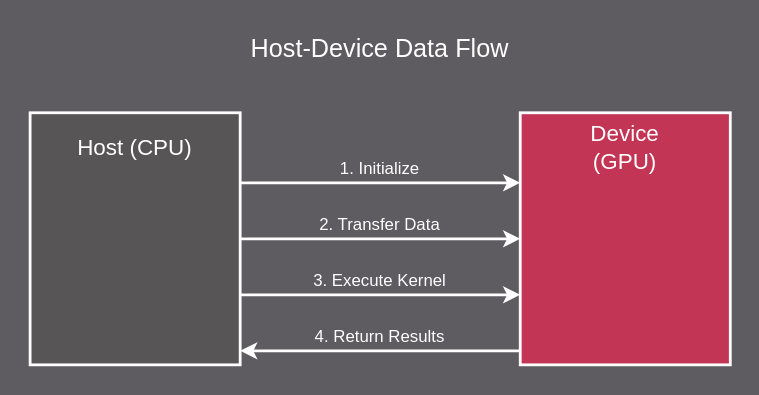
The draw.io diagram projects/hip/docs/data/understand/programming_model/host-device-flow.svg in NautRobot/Eze-P, before a commit. Source tidied: cells renumbered, new cells last; positions are measured from the earlier drawing's top-left corner, leaving out a move shared by most shapes. The source it was exported from:
```xml
<mxGraphModel background="#5E5B61">
  <root>
    <mxCell id="0" />
    <mxCell id="1" parent="0" />
    <mxCell id="2" value="Host-Device Data Flow" style="text;html=1;strokeColor=none;fillColor=none;align=center;verticalAlign=middle;whiteSpace=wrap;rounded=0;fontSize=18;fontFamily=Arial;fontColor=#FFFFFF;" parent="1" vertex="1">
      <mxGeometry x="150" width="200" height="30" as="geometry" />
    </mxCell>
    <mxCell id="3" style="rounded=0;whiteSpace=wrap;html=1;fillColor=#585556;strokeColor=#FFFFFF;strokeWidth=2;" parent="1" vertex="1">
      <mxGeometry y="60" width="150" height="180" as="geometry" />
    </mxCell>
    <mxCell id="4" value="Host (CPU)" style="text;html=1;strokeColor=none;fillColor=none;align=center;verticalAlign=middle;whiteSpace=wrap;rounded=0;fontSize=16;fontFamily=Arial;fontColor=#FFFFFF;" parent="1" vertex="1">
      <mxGeometry x="25" y="70" width="100" height="30" as="geometry" />
    </mxCell>
    <mxCell id="5" style="rounded=0;whiteSpace=wrap;html=1;fillColor=#C23555;strokeColor=#FFFFFF;strokeWidth=2;" parent="1" vertex="1">
      <mxGeometry x="350" y="60" width="150" height="180" as="geometry" />
    </mxCell>
    <mxCell id="6" value="Device (GPU)" style="text;html=1;strokeColor=none;fillColor=none;align=center;verticalAlign=middle;whiteSpace=wrap;rounded=0;fontSize=16;fontFamily=Arial;fontColor=#FFFFFF;" parent="1" vertex="1">
      <mxGeometry x="375" y="70" width="100" height="30" as="geometry" />
    </mxCell>
    <mxCell id="7" style="endArrow=classic;html=1;strokeColor=#FFFFFF;strokeWidth=2;" parent="1" edge="1">
      <mxGeometry relative="1" as="geometry">
        <mxPoint x="150" y="110" as="sourcePoint" />
        <mxPoint x="350" y="110" as="targetPoint" />
      </mxGeometry>
    </mxCell>
    <mxCell id="8" value="1. Initialize" style="text;html=1;strokeColor=none;fillColor=none;align=center;verticalAlign=middle;whiteSpace=wrap;rounded=0;fontSize=12;fontFamily=Arial;fontColor=#FFFFFF;" parent="1" vertex="1">
      <mxGeometry x="200" y="90" width="100" height="20" as="geometry" />
    </mxCell>
    <mxCell id="9" style="endArrow=classic;html=1;strokeColor=#FFFFFF;strokeWidth=2;" parent="1" edge="1">
      <mxGeometry relative="1" as="geometry">
        <mxPoint x="150" y="150" as="sourcePoint" />
        <mxPoint x="350" y="150" as="targetPoint" />
      </mxGeometry>
    </mxCell>
    <mxCell id="10" value="2. Transfer Data" style="text;html=1;strokeColor=none;fillColor=none;align=center;verticalAlign=middle;whiteSpace=wrap;rounded=0;fontSize=12;fontFamily=Arial;fontColor=#FFFFFF;" parent="1" vertex="1">
      <mxGeometry x="200" y="130" width="100" height="20" as="geometry" />
    </mxCell>
    <mxCell id="11" style="endArrow=classic;html=1;strokeColor=#FFFFFF;strokeWidth=2;" parent="1" edge="1">
      <mxGeometry relative="1" as="geometry">
        <mxPoint x="150" y="190" as="sourcePoint" />
        <mxPoint x="350" y="190" as="targetPoint" />
      </mxGeometry>
    </mxCell>
    <mxCell id="12" value="3. Execute Kernel" style="text;html=1;strokeColor=none;fillColor=none;align=center;verticalAlign=middle;whiteSpace=wrap;rounded=0;fontSize=12;fontFamily=Arial;fontColor=#FFFFFF;" parent="1" vertex="1">
      <mxGeometry x="200" y="170" width="100" height="20" as="geometry" />
    </mxCell>
    <mxCell id="13" style="endArrow=classic;html=1;strokeColor=#FFFFFF;strokeWidth=2;" parent="1" edge="1">
      <mxGeometry relative="1" as="geometry">
        <mxPoint x="350" y="230" as="sourcePoint" />
        <mxPoint x="150" y="230" as="targetPoint" />
      </mxGeometry>
    </mxCell>
    <mxCell id="14" value="4. Return Results" style="text;html=1;strokeColor=none;fillColor=none;align=center;verticalAlign=middle;whiteSpace=wrap;rounded=0;fontSize=12;fontFamily=Arial;fontColor=#FFFFFF;" parent="1" vertex="1">
      <mxGeometry x="200" y="210" width="100" height="20" as="geometry" />
    </mxCell>
  </root>
</mxGraphModel>
```
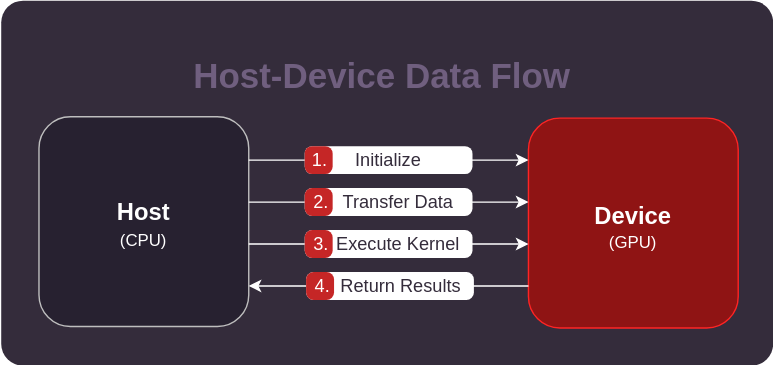
After the commit.

Change to the diagram source:
```diff
@@ -1,57 +1,114 @@
-<mxGraphModel background="#5E5B61">
+<mxGraphModel>
   <root>
     <mxCell id="0" />
     <mxCell id="1" parent="0" />
+    <mxCell id="15" style="rounded=1;whiteSpace=wrap;html=1;fillColor=#342C3B;fontColor=#FFFFFF;strokeColor=none;spacing=0;arcSize=6;glass=0;shadow=0;" parent="1" vertex="1">
+      <mxGeometry x="22" y="-38" width="552" height="261" as="geometry" />
+    </mxCell>
-    <mxCell id="2" value="Host-Device Data Flow" style="text;html=1;strokeColor=none;fillColor=none;align=center;verticalAlign=middle;whiteSpace=wrap;rounded=0;fontSize=18;fontFamily=Arial;fontColor=#FFFFFF;" parent="1" vertex="1">
-      <mxGeometry x="150" width="200" height="30" as="geometry" />
+    <mxCell id="2" value="Host-Device Data Flow" style="text;html=1;strokeColor=none;fillColor=none;align=center;verticalAlign=middle;whiteSpace=wrap;rounded=0;fontSize=25;fontColor=#705F7F;fontStyle=1;" parent="1" vertex="1">
+      <mxGeometry x="150" width="289" height="30" as="geometry" />
     </mxCell>
-    <mxCell id="3" style="rounded=0;whiteSpace=wrap;html=1;fillColor=#585556;strokeColor=#FFFFFF;strokeWidth=2;" parent="1" vertex="1">
-      <mxGeometry y="60" width="150" height="180" as="geometry" />
-    </mxCell>
-    <mxCell id="4" value="Host (CPU)" style="text;html=1;strokeColor=none;fillColor=none;align=center;verticalAlign=middle;whiteSpace=wrap;rounded=0;fontSize=16;fontFamily=Arial;fontColor=#FFFFFF;" parent="1" vertex="1">
-      <mxGeometry x="25" y="70" width="100" height="30" as="geometry" />
-    </mxCell>
-    <mxCell id="5" style="rounded=0;whiteSpace=wrap;html=1;fillColor=#C23555;strokeColor=#FFFFFF;strokeWidth=2;" parent="1" vertex="1">
-      <mxGeometry x="350" y="60" width="150" height="180" as="geometry" />
-    </mxCell>
-    <mxCell id="6" value="Device (GPU)" style="text;html=1;strokeColor=none;fillColor=none;align=center;verticalAlign=middle;whiteSpace=wrap;rounded=0;fontSize=16;fontFamily=Arial;fontColor=#FFFFFF;" parent="1" vertex="1">
-      <mxGeometry x="375" y="70" width="100" height="30" as="geometry" />
-    </mxCell>
-    <mxCell id="7" style="endArrow=classic;html=1;strokeColor=#FFFFFF;strokeWidth=2;" parent="1" edge="1">
-      <mxGeometry relative="1" as="geometry">
-        <mxPoint x="150" y="110" as="sourcePoint" />
-        <mxPoint x="350" y="110" as="targetPoint" />
-      </mxGeometry>
-    </mxCell>
-    <mxCell id="8" value="1. Initialize" style="text;html=1;strokeColor=none;fillColor=none;align=center;verticalAlign=middle;whiteSpace=wrap;rounded=0;fontSize=12;fontFamily=Arial;fontColor=#FFFFFF;" parent="1" vertex="1">
-      <mxGeometry x="200" y="90" width="100" height="20" as="geometry" />
-    </mxCell>
-    <mxCell id="9" style="endArrow=classic;html=1;strokeColor=#FFFFFF;strokeWidth=2;" parent="1" edge="1">
-      <mxGeometry relative="1" as="geometry">
-        <mxPoint x="150" y="150" as="sourcePoint" />
-        <mxPoint x="350" y="150" as="targetPoint" />
-      </mxGeometry>
-    </mxCell>
-    <mxCell id="10" value="2. Transfer Data" style="text;html=1;strokeColor=none;fillColor=none;align=center;verticalAlign=middle;whiteSpace=wrap;rounded=0;fontSize=12;fontFamily=Arial;fontColor=#FFFFFF;" parent="1" vertex="1">
-      <mxGeometry x="200" y="130" width="100" height="20" as="geometry" />
-    </mxCell>
-    <mxCell id="11" style="endArrow=classic;html=1;strokeColor=#FFFFFF;strokeWidth=2;" parent="1" edge="1">
-      <mxGeometry relative="1" as="geometry">
-        <mxPoint x="150" y="190" as="sourcePoint" />
-        <mxPoint x="350" y="190" as="targetPoint" />
-      </mxGeometry>
-    </mxCell>
-    <mxCell id="12" value="3. Execute Kernel" style="text;html=1;strokeColor=none;fillColor=none;align=center;verticalAlign=middle;whiteSpace=wrap;rounded=0;fontSize=12;fontFamily=Arial;fontColor=#FFFFFF;" parent="1" vertex="1">
-      <mxGeometry x="200" y="170" width="100" height="20" as="geometry" />
-    </mxCell>
-    <mxCell id="13" style="endArrow=classic;html=1;strokeColor=#FFFFFF;strokeWidth=2;" parent="1" edge="1">
-      <mxGeometry relative="1" as="geometry">
-        <mxPoint x="350" y="230" as="sourcePoint" />
-        <mxPoint x="150" y="230" as="targetPoint" />
-      </mxGeometry>
-    </mxCell>
-    <mxCell id="14" value="4. Return Results" style="text;html=1;strokeColor=none;fillColor=none;align=center;verticalAlign=middle;whiteSpace=wrap;rounded=0;fontSize=12;fontFamily=Arial;fontColor=#FFFFFF;" parent="1" vertex="1">
-      <mxGeometry x="200" y="210" width="100" height="20" as="geometry" />
-    </mxCell>
+    <mxCell id="16" style="whiteSpace=wrap;html=1;fontSize=16;fontFamily=Verdana;rounded=1;strokeColor=#BEBEBE;fillStyle=solid;fontColor=#F0F0F0;fillColor=#272130;" parent="1" vertex="1">
+      <mxGeometry x="49" y="45" width="150" height="150" as="geometry" />
+    </mxCell>
+    <mxCell id="17" value="&lt;font style=&quot;font-size: 17px; color: rgb(255, 255, 255);&quot;&gt;Host&lt;/font&gt;" style="text;html=1;strokeColor=none;fillColor=none;align=center;verticalAlign=middle;whiteSpace=wrap;rounded=0;fontSize=16;fontFamily=Helvetica;fontColor=#FFFFFF;fontStyle=1;" parent="1" vertex="1">
+      <mxGeometry x="74" y="99" width="100" height="30" as="geometry" />
+    </mxCell>
+    <mxCell id="18" style="whiteSpace=wrap;html=1;fontSize=16;fontFamily=Verdana;rounded=1;verticalAlign=top;strokeColor=#ff2424;fillColor=#8F1414;fontColor=#F0F0F0;" parent="1" vertex="1">
+      <mxGeometry x="399" y="46" width="150" height="150" as="geometry" />
+    </mxCell>
+    <mxCell id="19" value="&lt;b&gt;&lt;font style=&quot;font-size: 17px; color: rgb(255, 255, 255);&quot;&gt;Device&lt;/font&gt;&lt;/b&gt;" style="text;html=1;strokeColor=none;fillColor=none;align=center;verticalAlign=middle;whiteSpace=wrap;rounded=0;fontSize=16;fontFamily=Helvetica;fontColor=#FFFFFF;" parent="1" vertex="1">
+      <mxGeometry x="424" y="102" width="100" height="30" as="geometry" />
+    </mxCell>
+    <mxCell id="20" style="endArrow=classic;html=1;strokeColor=#FFFFFF;strokeWidth=1;" parent="1" edge="1">
+      <mxGeometry relative="1" as="geometry">
+        <mxPoint x="199" y="76" as="sourcePoint" />
+        <mxPoint x="399" y="76" as="targetPoint" />
+      </mxGeometry>
+    </mxCell>
+    <mxCell id="21" style="endArrow=classic;html=1;strokeColor=#FFFFFF;strokeWidth=1;" parent="1" edge="1">
+      <mxGeometry relative="1" as="geometry">
+        <mxPoint x="199" y="106" as="sourcePoint" />
+        <mxPoint x="399" y="106" as="targetPoint" />
+      </mxGeometry>
+    </mxCell>
+    <mxCell id="22" style="endArrow=classic;html=1;strokeColor=#FFFFFF;strokeWidth=1;" parent="1" edge="1">
+      <mxGeometry relative="1" as="geometry">
+        <mxPoint x="199" y="136" as="sourcePoint" />
+        <mxPoint x="399" y="136" as="targetPoint" />
+      </mxGeometry>
+    </mxCell>
+    <mxCell id="23" style="endArrow=classic;html=1;strokeColor=#FFFFFF;strokeWidth=1;fontSize=1;horizontal=1;" parent="1" edge="1">
+      <mxGeometry relative="1" as="geometry">
+        <mxPoint x="399" y="166" as="sourcePoint" />
+        <mxPoint x="199" y="166" as="targetPoint" />
+      </mxGeometry>
+    </mxCell>
+    <mxCell id="24" value="(CPU)" style="text;html=1;strokeColor=none;fillColor=none;align=center;verticalAlign=middle;whiteSpace=wrap;rounded=0;fontSize=12;fontFamily=Helvetica;fontColor=#FFFFFF;" parent="1" vertex="1">
+      <mxGeometry x="74" y="124" width="100" height="20" as="geometry" />
+    </mxCell>
+    <mxCell id="25" value="(GPU)" style="text;html=1;strokeColor=none;fillColor=none;align=center;verticalAlign=middle;whiteSpace=wrap;rounded=0;fontSize=12;fontFamily=Helvetica;fontColor=#FFFFFF;" parent="1" vertex="1">
+      <mxGeometry x="424" y="125" width="100" height="20" as="geometry" />
+    </mxCell>
+    <mxCell id="26" style="group;" parent="1" vertex="1">
+      <mxGeometry x="239" y="66" width="120" height="20" as="geometry" />
+    </mxCell>
+    <mxCell id="27" style="whiteSpace=wrap;html=1;strokeColor=none;fillColor=light-dark(#FFFFFF,#EDEDED);rounded=1;arcSize=27;" parent="26" vertex="1">
+      <mxGeometry width="120" height="20" as="geometry" />
+    </mxCell>
+    <mxCell id="28" style="whiteSpace=wrap;html=1;strokeColor=none;fillColor=light-dark(#C52626,#EDEDED);rounded=1;arcSize=27;" parent="26" vertex="1">
+      <mxGeometry width="20" height="20" as="geometry" />
+    </mxCell>
+    <mxCell id="29" value="&lt;font style=&quot;color: rgb(52, 44, 59);&quot;&gt;Initialize&lt;/font&gt;" style="text;html=1;strokeColor=none;fillColor=none;align=center;verticalAlign=middle;whiteSpace=wrap;rounded=0;fontSize=13;fontFamily=Helvetica;fontColor=#FFFFFF;" parent="1" vertex="1">
+      <mxGeometry x="249" y="66" width="100" height="20" as="geometry" />
+    </mxCell>
+    <mxCell id="30" value="&lt;font style=&quot;color: rgb(255, 255, 255);&quot;&gt;1.&lt;/font&gt;" style="text;html=1;strokeColor=none;fillColor=none;align=center;verticalAlign=middle;whiteSpace=wrap;rounded=0;fontSize=13;fontFamily=Helvetica;fontColor=#FFFFFF;" parent="1" vertex="1">
+      <mxGeometry x="240" y="66" width="20" height="20" as="geometry" />
+    </mxCell>
+    <mxCell id="31" style="group;" parent="1" vertex="1">
+      <mxGeometry x="239" y="96" width="120" height="20" as="geometry" />
+    </mxCell>
+    <mxCell id="32" style="whiteSpace=wrap;html=1;strokeColor=none;fillColor=light-dark(#FFFFFF,#EDEDED);rounded=1;arcSize=27;" parent="31" vertex="1">
+      <mxGeometry width="120" height="20" as="geometry" />
+    </mxCell>
+    <mxCell id="33" style="whiteSpace=wrap;html=1;strokeColor=none;fillColor=light-dark(#C52626,#EDEDED);rounded=1;arcSize=27;" parent="31" vertex="1">
+      <mxGeometry width="20" height="20" as="geometry" />
+    </mxCell>
+    <mxCell id="34" value="&lt;font style=&quot;color: rgb(52, 44, 59);&quot;&gt;Transfer Data&lt;/font&gt;" style="text;html=1;strokeColor=none;fillColor=none;align=center;verticalAlign=middle;whiteSpace=wrap;rounded=0;fontSize=13;fontFamily=Helvetica;fontColor=#FFFFFF;" parent="31" vertex="1">
+      <mxGeometry x="17" width="100" height="20" as="geometry" />
+    </mxCell>
+    <mxCell id="35" value="&lt;font style=&quot;color: rgb(255, 255, 255);&quot;&gt;2.&lt;/font&gt;" style="text;html=1;strokeColor=none;fillColor=none;align=center;verticalAlign=middle;whiteSpace=wrap;rounded=0;fontSize=13;fontFamily=Helvetica;fontColor=#FFFFFF;" parent="31" vertex="1">
+      <mxGeometry x="2" width="20" height="20" as="geometry" />
+    </mxCell>
+    <mxCell id="36" style="group;" parent="1" vertex="1">
+      <mxGeometry x="239" y="126" width="120" height="20" as="geometry" />
+    </mxCell>
+    <mxCell id="37" style="whiteSpace=wrap;html=1;strokeColor=none;fillColor=light-dark(#FFFFFF,#EDEDED);rounded=1;arcSize=27;" parent="36" vertex="1">
+      <mxGeometry width="120" height="20" as="geometry" />
+    </mxCell>
+    <mxCell id="38" style="whiteSpace=wrap;html=1;strokeColor=none;fillColor=light-dark(#C52626,#EDEDED);rounded=1;arcSize=27;" parent="36" vertex="1">
+      <mxGeometry width="20" height="20" as="geometry" />
+    </mxCell>
+    <mxCell id="39" value="&lt;font style=&quot;color: rgb(52, 44, 59);&quot;&gt;Execute Kernel&lt;/font&gt;" style="text;html=1;strokeColor=none;fillColor=none;align=center;verticalAlign=middle;whiteSpace=wrap;rounded=0;fontSize=13;fontFamily=Helvetica;fontColor=#FFFFFF;" parent="36" vertex="1">
+      <mxGeometry x="17" width="100" height="20" as="geometry" />
+    </mxCell>
+    <mxCell id="40" value="&lt;font style=&quot;color: rgb(255, 255, 255);&quot;&gt;3.&lt;/font&gt;" style="text;html=1;strokeColor=none;fillColor=none;align=center;verticalAlign=middle;whiteSpace=wrap;rounded=0;fontSize=13;fontFamily=Helvetica;fontColor=#FFFFFF;" parent="36" vertex="1">
+      <mxGeometry x="2" width="20" height="20" as="geometry" />
+    </mxCell>
+    <mxCell id="41" style="group;" parent="1" vertex="1">
+      <mxGeometry x="240" y="156" width="120" height="20" as="geometry" />
+    </mxCell>
+    <mxCell id="42" style="whiteSpace=wrap;html=1;strokeColor=none;fillColor=light-dark(#FFFFFF,#EDEDED);rounded=1;arcSize=27;" parent="41" vertex="1">
+      <mxGeometry width="120" height="20" as="geometry" />
+    </mxCell>
+    <mxCell id="43" style="whiteSpace=wrap;html=1;strokeColor=none;fillColor=light-dark(#C52626,#EDEDED);rounded=1;arcSize=27;" parent="41" vertex="1">
+      <mxGeometry width="20" height="20" as="geometry" />
+    </mxCell>
+    <mxCell id="44" value="&lt;font style=&quot;color: rgb(52, 44, 59);&quot;&gt;Return Results&lt;/font&gt;" style="text;html=1;strokeColor=none;fillColor=none;align=center;verticalAlign=middle;whiteSpace=wrap;rounded=0;fontSize=13;fontFamily=Helvetica;fontColor=#FFFFFF;" parent="41" vertex="1">
+      <mxGeometry x="18" width="100" height="20" as="geometry" />
+    </mxCell>
+    <mxCell id="45" value="&lt;font style=&quot;color: rgb(255, 255, 255);&quot;&gt;4.&lt;/font&gt;" style="text;html=1;strokeColor=none;fillColor=none;align=center;verticalAlign=middle;whiteSpace=wrap;rounded=0;fontSize=13;fontFamily=Helvetica;fontColor=#FFFFFF;" parent="41" vertex="1">
+      <mxGeometry x="2" width="20" height="20" as="geometry" />
+    </mxCell>
   </root>
 </mxGraphModel>
```
